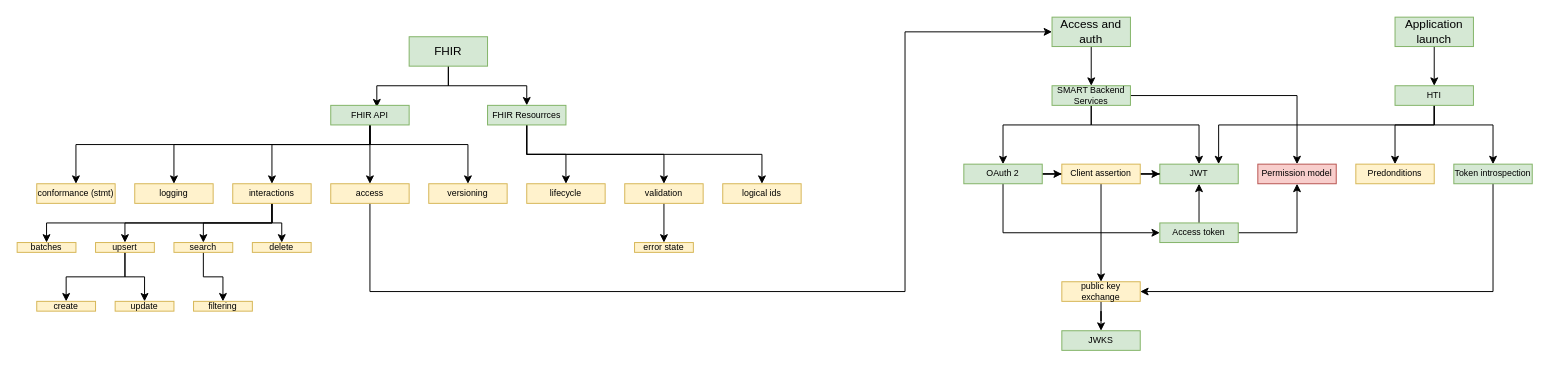
The draw.io diagram topics/KT2.0 Documentation Topics.drawio in Koppeltaal/Koppeltaal-2.0-Specificaties-en-Architectuur, before the edit. Source tidied: cells renumbered, new cells numbered last; positions are measured from the earlier drawing's top-left corner, leaving out a move shared by most shapes. Both pictures are drawn from the tidied source at 98%, with x=0, y=0 at pixel (17, 17).
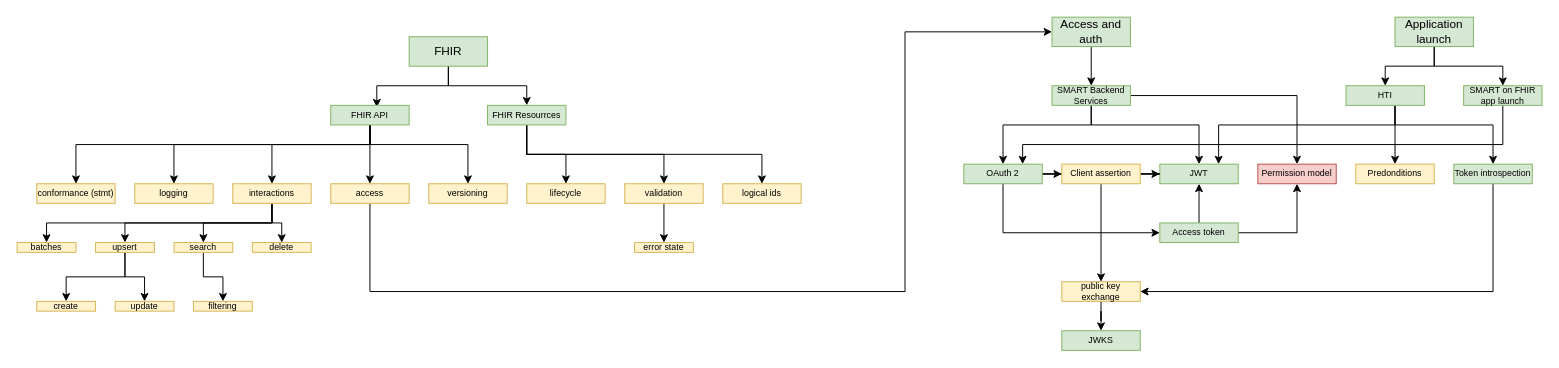
The same diagram, later.

Commit message:
Adding SMART on FHIR app launch

Unchanged cells that the change refers to:
```xml
<mxCell id="48" value="&lt;font style=&quot;font-size: 9px;&quot;&gt;OAuth 2&lt;/font&gt;" style="rounded=0;whiteSpace=wrap;html=1;fillColor=#d5e8d4;strokeColor=#82b366;fontSize=9;" parent="1" vertex="1">
  <mxGeometry x="966" y="150" width="80" height="20" as="geometry" />
</mxCell>
<mxCell id="49" value="&lt;font style=&quot;font-size: 9px;&quot;&gt;JWT&lt;/font&gt;" style="rounded=0;whiteSpace=wrap;html=1;fillColor=#d5e8d4;strokeColor=#82b366;fontSize=9;" parent="1" vertex="1">
  <mxGeometry x="1166" y="150" width="80" height="20" as="geometry" />
</mxCell>
<mxCell id="60" value="&lt;font style=&quot;font-size: 9px;&quot;&gt;Predonditions&lt;/font&gt;" style="rounded=0;whiteSpace=wrap;html=1;fillColor=#fff2cc;strokeColor=#d6b656;fontSize=9;" parent="1" vertex="1">
  <mxGeometry x="1366" y="150" width="80" height="20" as="geometry" />
</mxCell>
<mxCell id="62" value="&lt;font style=&quot;font-size: 9px;&quot;&gt;Token introspection&lt;br&gt;&lt;/font&gt;" style="rounded=0;whiteSpace=wrap;html=1;fillColor=#d5e8d4;strokeColor=#82b366;fontSize=9;" parent="1" vertex="1">
  <mxGeometry x="1466" y="150" width="80" height="20" as="geometry" />
</mxCell>
<mxCell id="68" value="Application launc&lt;span style=&quot;white-space: pre;&quot;&gt;h&lt;/span&gt;" style="rounded=0;whiteSpace=wrap;html=1;fillColor=#d5e8d4;strokeColor=#82b366;" parent="1" vertex="1">
  <mxGeometry x="1406" width="80" height="30" as="geometry" />
</mxCell>
```

The edit, as a diff of the source:
```diff
@@
     <mxCell id="63" style="edgeStyle=orthogonalEdgeStyle;rounded=0;jettySize=auto;html=1;fontSize=9;" parent="1" edge="1" source="66" target="60">
       <mxGeometry relative="1" as="geometry">
         <Array as="points">
-          <mxPoint x="1446" y="110" />
-          <mxPoint x="1406" y="110" />
+          <mxPoint x="1406" y="100" />
+          <mxPoint x="1406" y="100" />
         </Array>
       </mxGeometry>
     </mxCell>
     <mxCell id="64" style="edgeStyle=orthogonalEdgeStyle;rounded=0;jettySize=auto;html=1;entryX=0.5;entryY=0;entryDx=0;entryDy=0;fontSize=9;" parent="1" edge="1" source="66" target="62">
       <mxGeometry relative="1" as="geometry">
         <Array as="points">
-          <mxPoint x="1446" y="110" />
+          <mxPoint x="1406" y="110" />
           <mxPoint x="1506" y="110" />
         </Array>
       </mxGeometry>
     </mxCell>
     <mxCell id="65" style="edgeStyle=orthogonalEdgeStyle;rounded=0;jettySize=auto;html=1;entryX=0.75;entryY=0;entryDx=0;entryDy=0;fontSize=9;" parent="1" edge="1" source="66" target="49">
       <mxGeometry relative="1" as="geometry">
         <Array as="points">
-          <mxPoint x="1446" y="110" />
+          <mxPoint x="1406" y="110" />
           <mxPoint x="1226" y="110" />
         </Array>
       </mxGeometry>
     </mxCell>
     <mxCell id="66" value="&lt;font style=&quot;font-size: 9px;&quot;&gt;HTI&lt;/font&gt;" style="rounded=0;whiteSpace=wrap;html=1;fillColor=#d5e8d4;strokeColor=#82b366;fontSize=9;" parent="1" vertex="1">
-      <mxGeometry x="1406" y="70" width="80" height="20" as="geometry" />
+      <mxGeometry x="1356" y="70" width="80" height="20" as="geometry" />
     </mxCell>
@@
+    <mxCell id="69" style="edgeStyle=orthogonalEdgeStyle;rounded=0;jettySize=auto;html=1;" parent="1" edge="1" source="68" target="71">
+      <mxGeometry relative="1" as="geometry" />
+    </mxCell>
@@
+    <mxCell id="70" style="edgeStyle=orthogonalEdgeStyle;rounded=0;jettySize=auto;html=1;entryX=0.75;entryY=0;entryDx=0;entryDy=0;" parent="1" edge="1" source="71" target="48">
+      <mxGeometry relative="1" as="geometry">
+        <Array as="points">
+          <mxPoint x="1516" y="130" />
+          <mxPoint x="1026" y="130" />
+        </Array>
+      </mxGeometry>
+    </mxCell>
+    <mxCell id="71" value="&lt;font style=&quot;font-size: 9px;&quot;&gt;SMART on FHIR app launch&lt;/font&gt;" style="rounded=0;whiteSpace=wrap;html=1;fillColor=#d5e8d4;strokeColor=#82b366;fontSize=9;" parent="1" vertex="1">
+      <mxGeometry x="1476" y="70" width="80" height="20" as="geometry" />
+    </mxCell>
```
